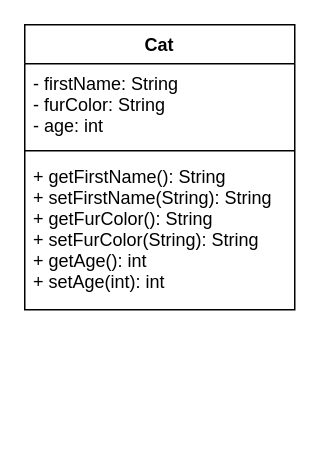
Before: com/cc/java/kd.drawio in 01-OOP-Rekxis/02a_Klassen_Objekte_1, a draw.io diagram. Source tidied: cells renumbered, new cells numbered last; positions are measured from the earlier drawing's top-left corner, leaving out a move shared by most shapes. Both pictures are drawn from the tidied source at 150%, with x=0, y=0 at pixel (24, 24).
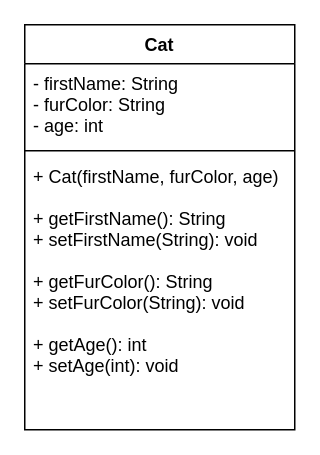
The same diagram, later.

Diff of the diagram source:
```diff
@@
 <mxGraphModel>
   <root>
     <mxCell id="0" />
     <mxCell id="1" parent="0" />
     <mxCell id="2" value="Cat" style="swimlane;fontStyle=1;align=center;verticalAlign=top;horizontal=1;startSize=26;" parent="1" vertex="1">
-      <mxGeometry width="180" height="190" as="geometry" />
+      <mxGeometry width="180" height="270" as="geometry" />
     </mxCell>
     <mxCell id="3" value="- firstName: String&#10;- furColor: String&#10;- age: int" style="text;strokeColor=none;fillColor=none;align=left;verticalAlign=top;spacingLeft=4;spacingRight=4;overflow=hidden;" parent="2" vertex="1">
       <mxGeometry y="26" width="180" height="54" as="geometry" />
     </mxCell>
     <mxCell id="4" style="line;strokeWidth=1;fillColor=none;align=left;verticalAlign=middle;spacingTop=-1;spacingLeft=3;spacingRight=3;labelPosition=right;strokeColor=inherit;" parent="2" vertex="1">
       <mxGeometry y="80" width="180" height="8" as="geometry" />
     </mxCell>
-    <mxCell id="5" value="+ getFirstName(): String&#10;+ setFirstName(String): String&#10;+ getFurColor(): String&#10;+ setFurColor(String): String&#10;+ getAge(): int&#10;+ setAge(int): int" style="text;strokeColor=none;fillColor=none;align=left;verticalAlign=top;spacingLeft=4;spacingRight=4;overflow=hidden;" parent="2" vertex="1">
-      <mxGeometry y="88" width="180" height="102" as="geometry" />
+    <mxCell id="5" value="+ Cat(firstName, furColor, age)&#10;&#10;+ getFirstName(): String&#10;+ setFirstName(String): void&#10;&#10;+ getFurColor(): String&#10;+ setFurColor(String): void&#10;&#10;+ getAge(): int&#10;+ setAge(int): void" style="text;strokeColor=none;fillColor=none;align=left;verticalAlign=top;spacingLeft=4;spacingRight=4;overflow=hidden;" parent="2" vertex="1">
+      <mxGeometry y="88" width="180" height="182" as="geometry" />
     </mxCell>
   </root>
 </mxGraphModel>
```
